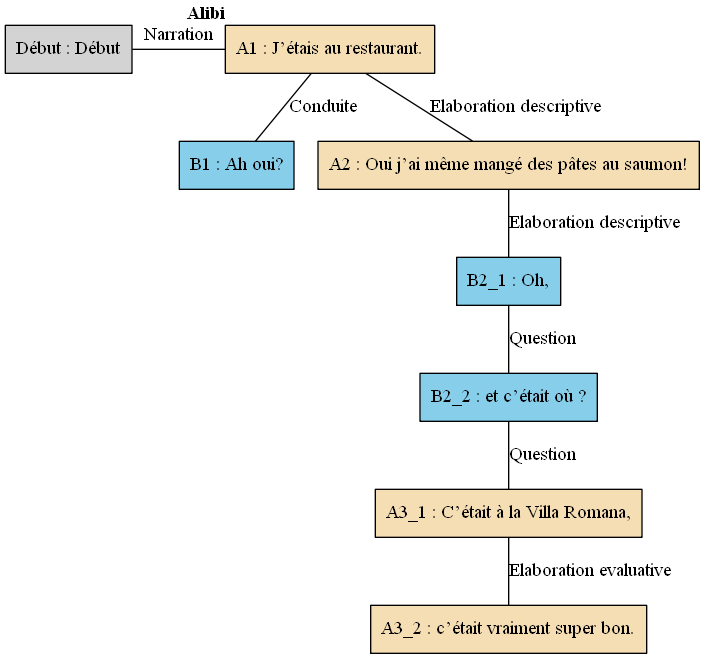
Above: arbres/Bac_a_sable/Bac_a_sable_-_C09.gv.png in AlaixComet/AnnotationSlamPTut (Graphviz), before the change. Its source is kept beside it as arbres/Bac_a_sable/Bac_a_sable_-_C09.gv.
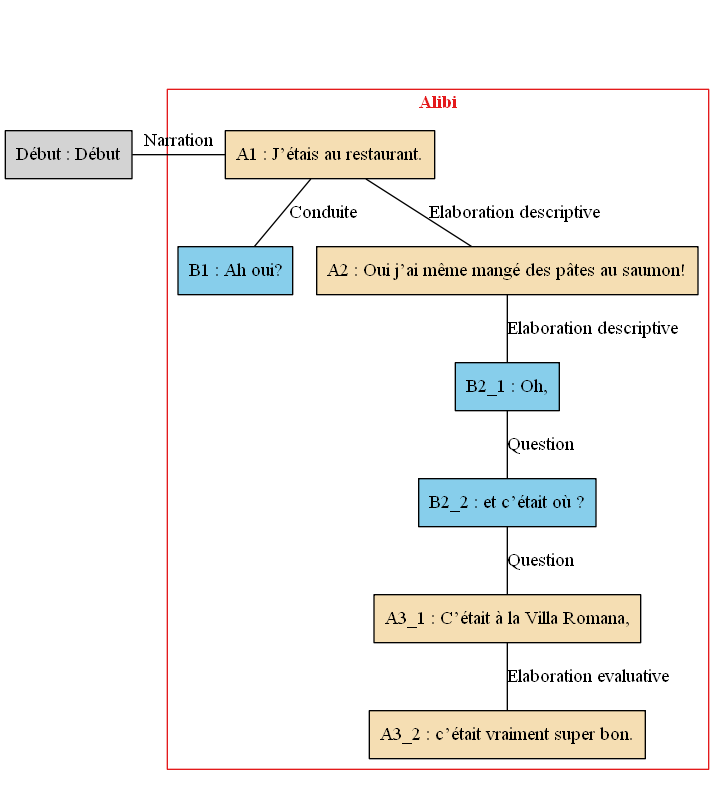
The same diagram one commit later.

Diff of the diagram source:
```diff
@@ -1,23 +1,35 @@
 digraph C09 {
 	node [shape=box style=filled]
-	"Début" [label="Début : Début" xlabel=""]
-	A1 [label="A1 : J’étais au restaurant." fillcolor=wheat xlabel=<<B>Alibi</B>>]
-	B1 [label="B1 : Ah oui?" fillcolor=skyblue xlabel=""]
-	A2 [label="A2 : Oui j’ai même mangé des pâtes au saumon!" fillcolor=wheat xlabel=""]
-	B2_1 [label="B2_1 : Oh," fillcolor=skyblue xlabel=""]
-	B2_2 [label="B2_2 : et c’était où ?" fillcolor=skyblue xlabel=""]
-	A3_1 [label="A3_1 : C’était à la Villa Romana," fillcolor=wheat xlabel=""]
-	A3_2 [label="A3_2 : c’était vraiment super bon." fillcolor=wheat xlabel=""]
-	{
-		rank=same
-		"Début"
+	newrank=true
+	zero [style=invis]
+	"Début" [label="Début : Début"]
+	A1 [label="A1 : J’étais au restaurant." fillcolor=wheat]
+	B1 [label="B1 : Ah oui?" fillcolor=skyblue]
+	A2 [label="A2 : Oui j’ai même mangé des pâtes au saumon!" fillcolor=wheat]
+	B2_1 [label="B2_1 : Oh," fillcolor=skyblue]
+	B2_2 [label="B2_2 : et c’était où ?" fillcolor=skyblue]
+	A3_1 [label="A3_1 : C’était à la Villa Romana," fillcolor=wheat]
+	A3_2 [label="A3_2 : c’était vraiment super bon." fillcolor=wheat]
+	zero -> "Début" [label="" style=invis]
+	zero -> A1 [style=invis weight=1]
+	"Début" -> A1 [label=Narration constraint=false dir=none]
+	A1 -> B1 [label=Conduite dir=none weight=2]
+	A2 -> B2_1 [label="Elaboration descriptive" dir=none weight=2]
+	B2_1 -> B2_2 [label=Question dir=none weight=2]
+	B2_2 -> A3_1 [label=Question dir=none weight=2]
+	A3_1 -> A3_2 [label="Elaboration evaluative" dir=none weight=2]
+	A1 -> A2 [label="Elaboration descriptive" dir=none weight=2]
+	subgraph cluster_1 {
+		label=<<B>Alibi</B>>
+		colorscheme=set19
+		color=1
+		fontcolor=1
 		A1
-		"Début" -> A1 [label=Narration dir=none]
+		B1
+		A2
+		B2_1
+		B2_2
+		A3_1
+		A3_2
 	}
-	A1 -> B1 [label=Conduite dir=none]
-	A2 -> B2_1 [label="Elaboration descriptive" dir=none]
-	B2_1 -> B2_2 [label=Question dir=none]
-	B2_2 -> A3_1 [label=Question dir=none]
-	A3_1 -> A3_2 [label="Elaboration evaluative" dir=none]
-	A1 -> A2 [label="Elaboration descriptive" dir=none]
 }
```
